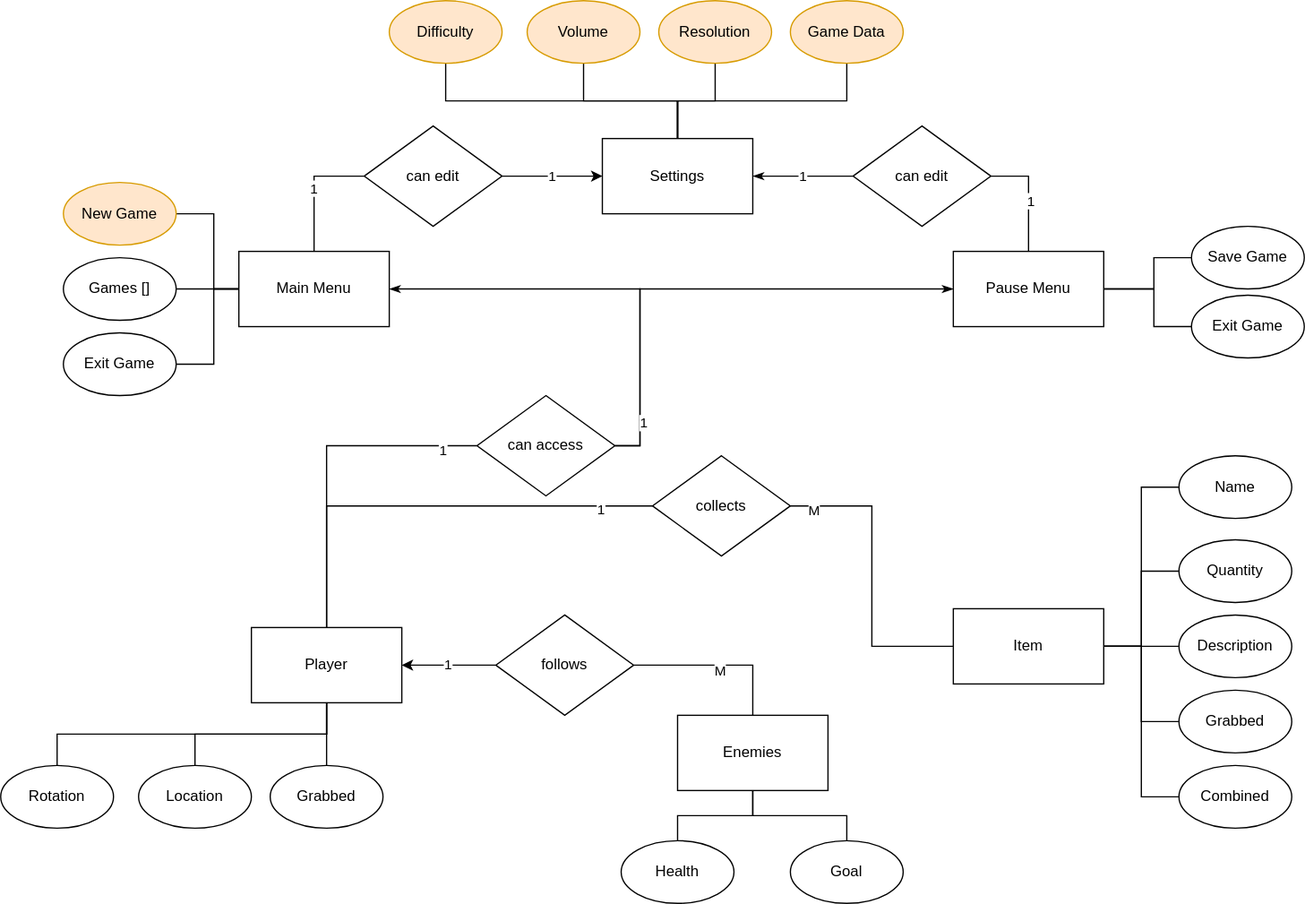
The draw.io diagram Entity Relationship Diagram.drawio.svg in Klaimtrev/VR-Horror-Game, before a commit. Source tidied: cells renumbered, new cells last; positions are measured from the earlier drawing's top-left corner, leaving out a move shared by most shapes.
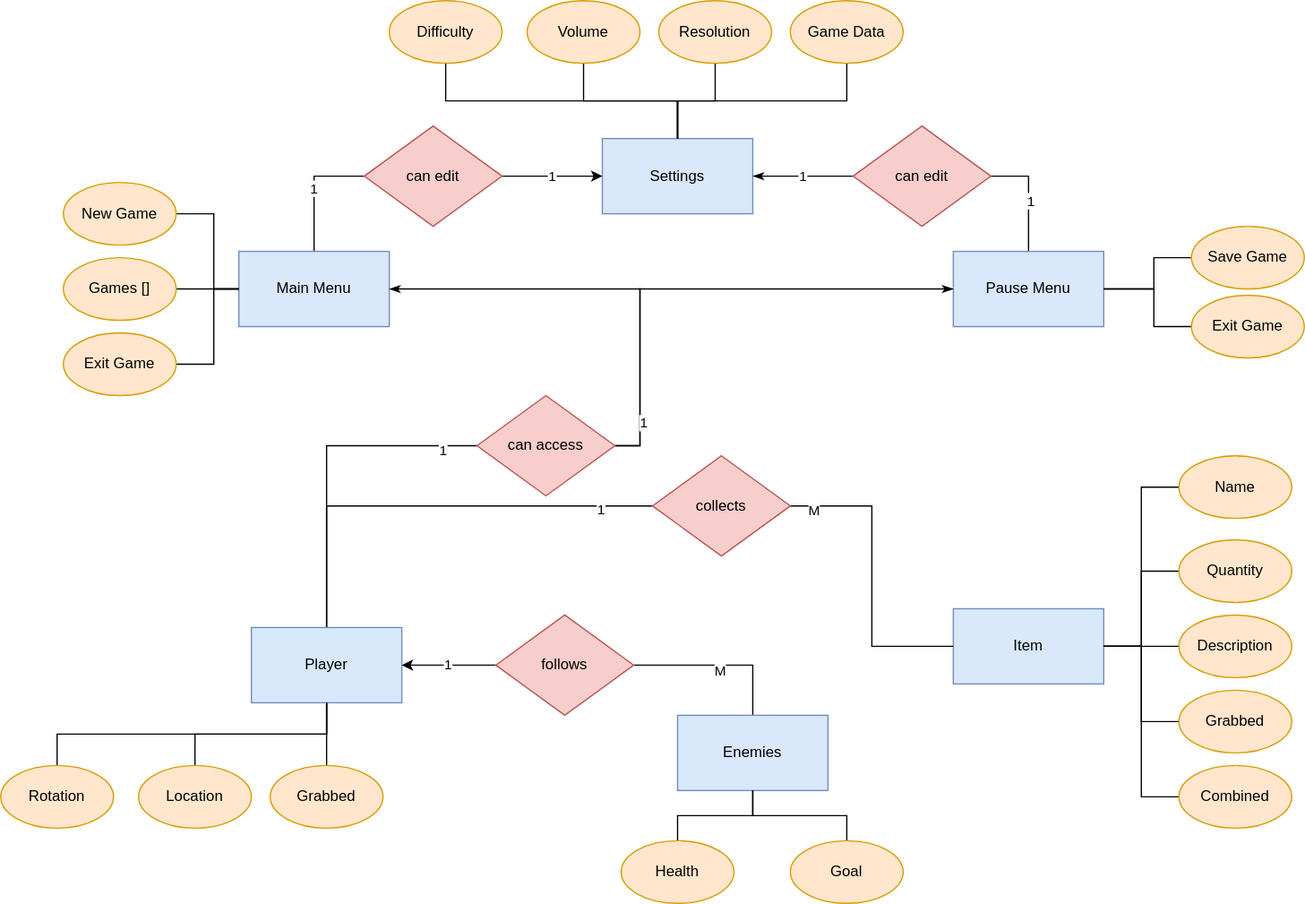
After the change.

What changed in the source:
```diff
@@ -5,7 +5,7 @@
     <mxCell id="2" value="1" style="edgeStyle=orthogonalEdgeStyle;rounded=0;jettySize=auto;html=1;exitX=0.5;exitY=0;exitDx=0;exitDy=0;entryX=0;entryY=0.5;entryDx=0;entryDy=0;endArrow=none;endFill=0;" parent="1" edge="1" source="3" target="56">
       <mxGeometry relative="1" as="geometry" />
     </mxCell>
-    <mxCell id="3" value="Main Menu" style="rounded=0;whiteSpace=wrap;html=1;" parent="1" vertex="1">
+    <mxCell id="3" value="Main Menu" style="rounded=0;whiteSpace=wrap;html=1;fillColor=#dae8fc;strokeColor=#6c8ebf;" parent="1" vertex="1">
       <mxGeometry x="190" y="200" width="120" height="60" as="geometry" />
     </mxCell>
     <mxCell id="4" style="edgeStyle=orthogonalEdgeStyle;rounded=0;jettySize=auto;html=1;exitX=0.5;exitY=0;exitDx=0;exitDy=0;entryX=1;entryY=0.5;entryDx=0;entryDy=0;endArrow=none;endFill=0;" parent="1" edge="1" source="6" target="67">
@@ -14,10 +14,10 @@
     <mxCell id="5" value="1" style="edgeLabel;html=1;align=center;verticalAlign=middle;" parent="4" vertex="1">
       <mxGeometry x="-0.09" y="-1" relative="1" as="geometry" />
     </mxCell>
-    <mxCell id="6" value="Pause Menu" style="rounded=0;whiteSpace=wrap;html=1;" parent="1" vertex="1">
+    <mxCell id="6" value="Pause Menu" style="rounded=0;whiteSpace=wrap;html=1;fillColor=#dae8fc;strokeColor=#6c8ebf;" parent="1" vertex="1">
       <mxGeometry x="760" y="200" width="120" height="60" as="geometry" />
     </mxCell>
-    <mxCell id="7" value="Settings" style="rounded=0;whiteSpace=wrap;html=1;" parent="1" vertex="1">
+    <mxCell id="7" value="Settings" style="rounded=0;whiteSpace=wrap;html=1;fillColor=#dae8fc;strokeColor=#6c8ebf;" parent="1" vertex="1">
       <mxGeometry x="480" y="110" width="120" height="60" as="geometry" />
     </mxCell>
     <mxCell id="8" style="edgeStyle=orthogonalEdgeStyle;rounded=0;jettySize=auto;html=1;exitX=0.5;exitY=0;exitDx=0;exitDy=0;entryX=0;entryY=0.5;entryDx=0;entryDy=0;endArrow=none;endFill=0;" parent="1" edge="1" source="12" target="60">
@@ -32,7 +32,7 @@
     <mxCell id="11" value="1" style="edgeLabel;html=1;align=center;verticalAlign=middle;" parent="10" vertex="1">
       <mxGeometry x="0.76" y="-2" relative="1" as="geometry" />
     </mxCell>
-    <mxCell id="12" value="Player" style="rounded=0;whiteSpace=wrap;html=1;" parent="1" vertex="1">
+    <mxCell id="12" value="Player" style="rounded=0;whiteSpace=wrap;html=1;fillColor=#dae8fc;strokeColor=#6c8ebf;" parent="1" vertex="1">
       <mxGeometry x="200" y="500" width="120" height="60" as="geometry" />
     </mxCell>
     <mxCell id="13" style="edgeStyle=orthogonalEdgeStyle;rounded=0;jettySize=auto;html=1;exitX=0.5;exitY=0;exitDx=0;exitDy=0;entryX=1;entryY=0.5;entryDx=0;entryDy=0;endArrow=none;endFill=0;" parent="1" edge="1" source="15" target="65">
@@ -41,7 +41,7 @@
     <mxCell id="14" value="M" style="edgeLabel;html=1;align=center;verticalAlign=middle;" parent="13" vertex="1">
       <mxGeometry x="-0.01" y="4" relative="1" as="geometry" />
     </mxCell>
-    <mxCell id="15" value="Enemies" style="rounded=0;whiteSpace=wrap;html=1;" parent="1" vertex="1">
+    <mxCell id="15" value="Enemies" style="rounded=0;whiteSpace=wrap;html=1;fillColor=#dae8fc;strokeColor=#6c8ebf;" parent="1" vertex="1">
       <mxGeometry x="540" y="570" width="120" height="60" as="geometry" />
     </mxCell>
     <mxCell id="16" style="edgeStyle=orthogonalEdgeStyle;rounded=0;jettySize=auto;html=1;exitX=1;exitY=0.5;exitDx=0;exitDy=0;entryX=0;entryY=0.5;entryDx=0;entryDy=0;endArrow=none;endFill=0;" parent="1" edge="1" source="17" target="3">
@@ -60,7 +60,7 @@
         <mxPoint x="190" y="230" as="targetPoint" />
       </mxGeometry>
     </mxCell>
-    <mxCell id="19" value="Games []" style="ellipse;whiteSpace=wrap;html=1;" parent="1" vertex="1">
+    <mxCell id="19" value="Games []" style="ellipse;whiteSpace=wrap;html=1;fillColor=#ffe6cc;strokeColor=#d79b00;" parent="1" vertex="1">
       <mxGeometry x="50" y="205" width="90" height="50" as="geometry" />
     </mxCell>
     <mxCell id="20" style="edgeStyle=orthogonalEdgeStyle;rounded=0;jettySize=auto;html=1;exitX=1;exitY=0.5;exitDx=0;exitDy=0;endArrow=none;endFill=0;" parent="1" edge="1" source="21">
@@ -72,7 +72,7 @@
         </Array>
       </mxGeometry>
     </mxCell>
-    <mxCell id="21" value="Exit Game" style="ellipse;whiteSpace=wrap;html=1;" parent="1" vertex="1">
+    <mxCell id="21" value="Exit Game" style="ellipse;whiteSpace=wrap;html=1;fillColor=#ffe6cc;strokeColor=#d79b00;" parent="1" vertex="1">
       <mxGeometry x="50" y="265" width="90" height="50" as="geometry" />
     </mxCell>
     <mxCell id="22" style="edgeStyle=orthogonalEdgeStyle;rounded=0;jettySize=auto;html=1;exitX=0;exitY=0.5;exitDx=0;exitDy=0;entryX=1;entryY=0.5;entryDx=0;entryDy=0;endArrow=none;endFill=0;" parent="1" edge="1" source="23" target="6">
@@ -83,7 +83,7 @@
         </Array>
       </mxGeometry>
     </mxCell>
-    <mxCell id="23" value="Save Game" style="ellipse;whiteSpace=wrap;html=1;" parent="1" vertex="1">
+    <mxCell id="23" value="Save Game" style="ellipse;whiteSpace=wrap;html=1;fillColor=#ffe6cc;strokeColor=#d79b00;" parent="1" vertex="1">
       <mxGeometry x="950" y="180" width="90" height="50" as="geometry" />
     </mxCell>
     <mxCell id="24" style="edgeStyle=orthogonalEdgeStyle;rounded=0;jettySize=auto;html=1;exitX=0;exitY=0.5;exitDx=0;exitDy=0;endArrow=none;endFill=0;" parent="1" edge="1" source="25">
@@ -95,7 +95,7 @@
         </Array>
       </mxGeometry>
     </mxCell>
-    <mxCell id="25" value="Exit Game" style="ellipse;whiteSpace=wrap;html=1;" parent="1" vertex="1">
+    <mxCell id="25" value="Exit Game" style="ellipse;whiteSpace=wrap;html=1;fillColor=#ffe6cc;strokeColor=#d79b00;" parent="1" vertex="1">
       <mxGeometry x="950" y="235" width="90" height="50" as="geometry" />
     </mxCell>
     <mxCell id="26" style="edgeStyle=orthogonalEdgeStyle;rounded=0;jettySize=auto;html=1;exitX=0.5;exitY=1;exitDx=0;exitDy=0;endArrow=none;endFill=0;" parent="1" edge="1" source="27" target="7">
@@ -127,52 +127,52 @@
     <mxCell id="34" style="edgeStyle=orthogonalEdgeStyle;rounded=0;jettySize=auto;html=1;exitX=0.5;exitY=0;exitDx=0;exitDy=0;entryX=0.5;entryY=1;entryDx=0;entryDy=0;endArrow=none;endFill=0;" parent="1" edge="1" source="35" target="12">
       <mxGeometry relative="1" as="geometry" />
     </mxCell>
-    <mxCell id="35" value="Rotation" style="ellipse;whiteSpace=wrap;html=1;" parent="1" vertex="1">
+    <mxCell id="35" value="Rotation" style="ellipse;whiteSpace=wrap;html=1;fillColor=#ffe6cc;strokeColor=#d79b00;" parent="1" vertex="1">
       <mxGeometry y="610" width="90" height="50" as="geometry" />
     </mxCell>
     <mxCell id="36" style="edgeStyle=orthogonalEdgeStyle;rounded=0;jettySize=auto;html=1;exitX=0.5;exitY=0;exitDx=0;exitDy=0;entryX=0.5;entryY=1;entryDx=0;entryDy=0;endArrow=none;endFill=0;" parent="1" edge="1" source="37" target="12">
       <mxGeometry relative="1" as="geometry" />
     </mxCell>
-    <mxCell id="37" value="Location" style="ellipse;whiteSpace=wrap;html=1;" parent="1" vertex="1">
+    <mxCell id="37" value="Location" style="ellipse;whiteSpace=wrap;html=1;fillColor=#ffe6cc;strokeColor=#d79b00;" parent="1" vertex="1">
       <mxGeometry x="110" y="610" width="90" height="50" as="geometry" />
     </mxCell>
     <mxCell id="38" style="edgeStyle=orthogonalEdgeStyle;rounded=0;jettySize=auto;html=1;exitX=0.5;exitY=0;exitDx=0;exitDy=0;entryX=0.5;entryY=1;entryDx=0;entryDy=0;endArrow=none;endFill=0;" parent="1" edge="1" source="39" target="12">
       <mxGeometry relative="1" as="geometry" />
     </mxCell>
-    <mxCell id="39" value="Grabbed" style="ellipse;whiteSpace=wrap;html=1;" parent="1" vertex="1">
+    <mxCell id="39" value="Grabbed" style="ellipse;whiteSpace=wrap;html=1;fillColor=#ffe6cc;strokeColor=#d79b00;" parent="1" vertex="1">
       <mxGeometry x="215" y="610" width="90" height="50" as="geometry" />
     </mxCell>
-    <mxCell id="40" value="Item" style="rounded=0;whiteSpace=wrap;html=1;" parent="1" vertex="1">
+    <mxCell id="40" value="Item" style="rounded=0;whiteSpace=wrap;html=1;fillColor=#dae8fc;strokeColor=#6c8ebf;" parent="1" vertex="1">
       <mxGeometry x="760" y="485" width="120" height="60" as="geometry" />
     </mxCell>
     <mxCell id="41" style="edgeStyle=orthogonalEdgeStyle;rounded=0;jettySize=auto;html=1;exitX=0;exitY=0.5;exitDx=0;exitDy=0;entryX=1;entryY=0.5;entryDx=0;entryDy=0;endArrow=none;endFill=0;" parent="1" edge="1" source="42" target="40">
       <mxGeometry relative="1" as="geometry" />
     </mxCell>
-    <mxCell id="42" value="Name" style="ellipse;whiteSpace=wrap;html=1;" parent="1" vertex="1">
+    <mxCell id="42" value="Name" style="ellipse;whiteSpace=wrap;html=1;fillColor=#ffe6cc;strokeColor=#d79b00;" parent="1" vertex="1">
       <mxGeometry x="940" y="363" width="90" height="50" as="geometry" />
     </mxCell>
     <mxCell id="43" style="edgeStyle=orthogonalEdgeStyle;rounded=0;jettySize=auto;html=1;exitX=0;exitY=0.5;exitDx=0;exitDy=0;entryX=1;entryY=0.5;entryDx=0;entryDy=0;endArrow=none;endFill=0;" parent="1" edge="1" source="44" target="40">
       <mxGeometry relative="1" as="geometry" />
     </mxCell>
-    <mxCell id="44" value="Quantity" style="ellipse;whiteSpace=wrap;html=1;" parent="1" vertex="1">
+    <mxCell id="44" value="Quantity" style="ellipse;whiteSpace=wrap;html=1;fillColor=#ffe6cc;strokeColor=#d79b00;" parent="1" vertex="1">
       <mxGeometry x="940" y="430" width="90" height="50" as="geometry" />
     </mxCell>
     <mxCell id="45" style="edgeStyle=orthogonalEdgeStyle;rounded=0;jettySize=auto;html=1;exitX=0;exitY=0.5;exitDx=0;exitDy=0;entryX=1;entryY=0.5;entryDx=0;entryDy=0;endArrow=none;endFill=0;" parent="1" edge="1" source="46" target="40">
       <mxGeometry relative="1" as="geometry" />
     </mxCell>
-    <mxCell id="46" value="Description" style="ellipse;whiteSpace=wrap;html=1;" parent="1" vertex="1">
+    <mxCell id="46" value="Description" style="ellipse;whiteSpace=wrap;html=1;fillColor=#ffe6cc;strokeColor=#d79b00;" parent="1" vertex="1">
       <mxGeometry x="940" y="490" width="90" height="50" as="geometry" />
     </mxCell>
     <mxCell id="47" style="edgeStyle=orthogonalEdgeStyle;rounded=0;jettySize=auto;html=1;exitX=0;exitY=0.5;exitDx=0;exitDy=0;entryX=1;entryY=0.5;entryDx=0;entryDy=0;endArrow=none;endFill=0;" parent="1" edge="1" source="48" target="40">
       <mxGeometry relative="1" as="geometry" />
     </mxCell>
-    <mxCell id="48" value="Grabbed" style="ellipse;whiteSpace=wrap;html=1;" parent="1" vertex="1">
+    <mxCell id="48" value="Grabbed" style="ellipse;whiteSpace=wrap;html=1;fillColor=#ffe6cc;strokeColor=#d79b00;" parent="1" vertex="1">
       <mxGeometry x="940" y="550" width="90" height="50" as="geometry" />
     </mxCell>
     <mxCell id="49" style="edgeStyle=orthogonalEdgeStyle;rounded=0;jettySize=auto;html=1;exitX=0;exitY=0.5;exitDx=0;exitDy=0;entryX=1;entryY=0.5;entryDx=0;entryDy=0;endArrow=none;endFill=0;" parent="1" edge="1" source="50" target="40">
       <mxGeometry relative="1" as="geometry" />
     </mxCell>
-    <mxCell id="50" value="Combined" style="ellipse;whiteSpace=wrap;html=1;" parent="1" vertex="1">
+    <mxCell id="50" value="Combined" style="ellipse;whiteSpace=wrap;html=1;fillColor=#ffe6cc;strokeColor=#d79b00;" parent="1" vertex="1">
       <mxGeometry x="940" y="610" width="90" height="50" as="geometry" />
     </mxCell>
     <mxCell id="51" style="edgeStyle=orthogonalEdgeStyle;rounded=0;jettySize=auto;html=1;exitX=0.5;exitY=0;exitDx=0;exitDy=0;endArrow=none;endFill=0;" parent="1" edge="1" source="52">
@@ -180,19 +180,19 @@
         <mxPoint x="600" y="630" as="targetPoint" />
       </mxGeometry>
     </mxCell>
-    <mxCell id="52" value="Health" style="ellipse;whiteSpace=wrap;html=1;" parent="1" vertex="1">
+    <mxCell id="52" value="Health" style="ellipse;whiteSpace=wrap;html=1;fillColor=#ffe6cc;strokeColor=#d79b00;" parent="1" vertex="1">
       <mxGeometry x="495" y="670" width="90" height="50" as="geometry" />
     </mxCell>
     <mxCell id="53" style="edgeStyle=orthogonalEdgeStyle;rounded=0;jettySize=auto;html=1;exitX=0.5;exitY=0;exitDx=0;exitDy=0;entryX=0.5;entryY=1;entryDx=0;entryDy=0;endArrow=none;endFill=0;" parent="1" edge="1" source="54" target="15">
       <mxGeometry relative="1" as="geometry" />
     </mxCell>
-    <mxCell id="54" value="Goal" style="ellipse;whiteSpace=wrap;html=1;" parent="1" vertex="1">
+    <mxCell id="54" value="Goal" style="ellipse;whiteSpace=wrap;html=1;fillColor=#ffe6cc;strokeColor=#d79b00;" parent="1" vertex="1">
       <mxGeometry x="630" y="670" width="90" height="50" as="geometry" />
     </mxCell>
     <mxCell id="55" value="1" style="edgeStyle=orthogonalEdgeStyle;rounded=0;jettySize=auto;html=1;exitX=1;exitY=0.5;exitDx=0;exitDy=0;entryX=0;entryY=0.5;entryDx=0;entryDy=0;endArrow=classic;endFill=1;" parent="1" edge="1" source="56" target="7">
       <mxGeometry relative="1" as="geometry" />
     </mxCell>
-    <mxCell id="56" value="can edit" style="rhombus;whiteSpace=wrap;html=1;" parent="1" vertex="1">
+    <mxCell id="56" value="can edit" style="rhombus;whiteSpace=wrap;html=1;fillColor=#f8cecc;strokeColor=#b85450;" parent="1" vertex="1">
       <mxGeometry x="290" y="100" width="110" height="80" as="geometry" />
     </mxCell>
     <mxCell id="57" style="edgeStyle=orthogonalEdgeStyle;rounded=0;jettySize=auto;html=1;exitX=1;exitY=0.5;exitDx=0;exitDy=0;entryX=0;entryY=0.5;entryDx=0;entryDy=0;endArrow=classicThin;endFill=1;" parent="1" edge="1" source="60" target="6">
@@ -209,7 +209,7 @@
     <mxCell id="59" value="1" style="edgeLabel;html=1;align=center;verticalAlign=middle;" parent="58" vertex="1">
       <mxGeometry x="-0.77" y="-2" relative="1" as="geometry" />
     </mxCell>
-    <mxCell id="60" value="can access" style="rhombus;whiteSpace=wrap;html=1;" parent="1" vertex="1">
+    <mxCell id="60" value="can access" style="rhombus;whiteSpace=wrap;html=1;fillColor=#f8cecc;strokeColor=#b85450;" parent="1" vertex="1">
       <mxGeometry x="380" y="315" width="110" height="80" as="geometry" />
     </mxCell>
     <mxCell id="61" style="edgeStyle=orthogonalEdgeStyle;rounded=0;jettySize=auto;html=1;exitX=1;exitY=0.5;exitDx=0;exitDy=0;entryX=0;entryY=0.5;entryDx=0;entryDy=0;endArrow=none;endFill=0;" parent="1" edge="1" source="63" target="40">
@@ -218,19 +218,19 @@
     <mxCell id="62" value="M" style="edgeLabel;html=1;align=center;verticalAlign=middle;" parent="61" vertex="1">
       <mxGeometry x="-0.85" y="-3" relative="1" as="geometry" />
     </mxCell>
-    <mxCell id="63" value="collects" style="rhombus;whiteSpace=wrap;html=1;" parent="1" vertex="1">
+    <mxCell id="63" value="collects" style="rhombus;whiteSpace=wrap;html=1;fillColor=#f8cecc;strokeColor=#b85450;" parent="1" vertex="1">
       <mxGeometry x="520" y="363" width="110" height="80" as="geometry" />
     </mxCell>
     <mxCell id="64" value="1" style="edgeStyle=orthogonalEdgeStyle;rounded=0;jettySize=auto;html=1;exitX=0;exitY=0.5;exitDx=0;exitDy=0;entryX=1;entryY=0.5;entryDx=0;entryDy=0;endArrow=classic;endFill=1;" parent="1" edge="1" source="65" target="12">
       <mxGeometry relative="1" as="geometry" />
     </mxCell>
-    <mxCell id="65" value="follows" style="rhombus;whiteSpace=wrap;html=1;" parent="1" vertex="1">
+    <mxCell id="65" value="follows" style="rhombus;whiteSpace=wrap;html=1;fillColor=#f8cecc;strokeColor=#b85450;" parent="1" vertex="1">
       <mxGeometry x="395" y="490" width="110" height="80" as="geometry" />
     </mxCell>
     <mxCell id="66" value="1" style="edgeStyle=orthogonalEdgeStyle;rounded=0;jettySize=auto;html=1;exitX=0;exitY=0.5;exitDx=0;exitDy=0;entryX=1;entryY=0.5;entryDx=0;entryDy=0;endArrow=classicThin;endFill=1;" parent="1" edge="1" source="67" target="7">
       <mxGeometry relative="1" as="geometry" />
     </mxCell>
-    <mxCell id="67" value="can edit" style="rhombus;whiteSpace=wrap;html=1;" parent="1" vertex="1">
+    <mxCell id="67" value="can edit" style="rhombus;whiteSpace=wrap;html=1;fillColor=#f8cecc;strokeColor=#b85450;" parent="1" vertex="1">
       <mxGeometry x="680" y="100" width="110" height="80" as="geometry" />
     </mxCell>
   </root>
```
